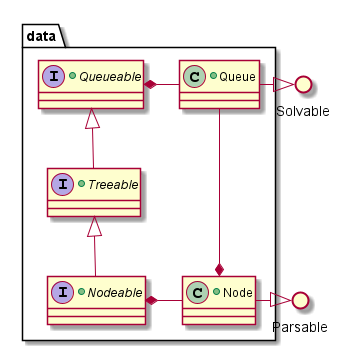
The PlantUML diagram src/docs/UML/data.png in vitalispopoff/calculator, before a commit.
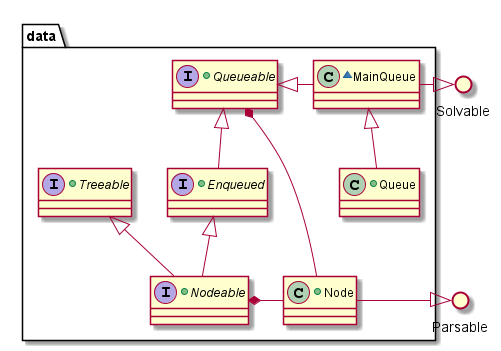
Later version of the same file.

Change to the diagram source:
```diff
@@ -3,34 +3,40 @@
 package data {
 
     +interface Queueable {
-
     }
 
-    +interface Treeable extends Queueable{
-
+    +interface Treeable{
     }
 
-    +interface Nodeable extends Treeable{
+    +interface Enqueued extends Queueable{
+    }
 
+    +interface Nodeable extends Enqueued {
+    }
+
+    Treeable <|-- Nodeable
+
+    ~class MainQueue {
     }
 
     +class Queue {
-
     }
 
     +class Node {
-
     }
 
-    Queue       -right-*    Queueable
+    Queueable   <|-right-      MainQueue
     Node        -right-*    Nodeable
+
+    MainQueue   <|--         Queue
+    Queueable   *---        Node
 }
 
     () Solvable
     () Parsable
 
-    Queue       -right-|>   Solvable
+    MainQueue   -right-|>   Solvable
     Node        -right-|>   Parsable
-    Queue       ---*     Node
+
 
 @enduml
```
